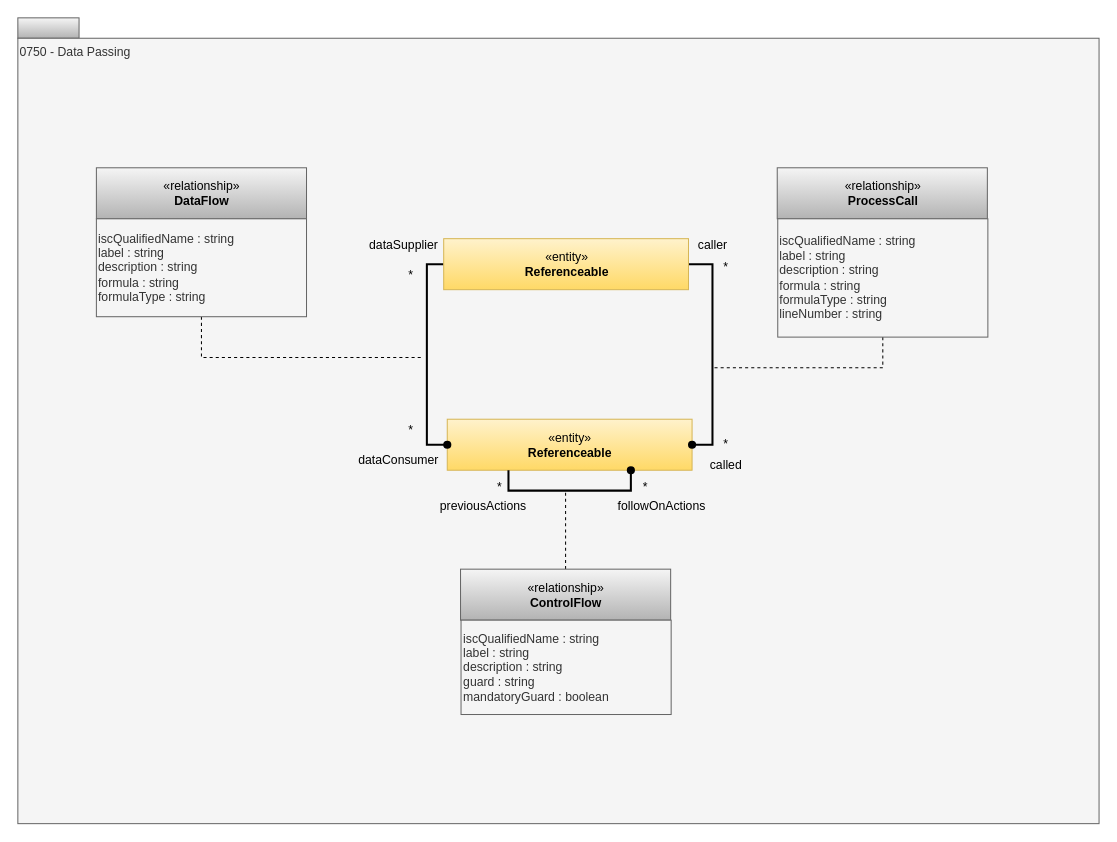
Earlier version of the draw.io diagram page "0750-Data-Passing" (13 of 19) of site/docs/types/7/area-7-lineage.drawio (odpi/egeria-docs). Source tidied: cells renumbered, new cells numbered last; positions are measured from the earlier drawing's top-left corner, leaving out a move shared by most shapes. Both pictures are drawn from the tidied source at 102%, with x=0, y=0 at pixel (17, 17).
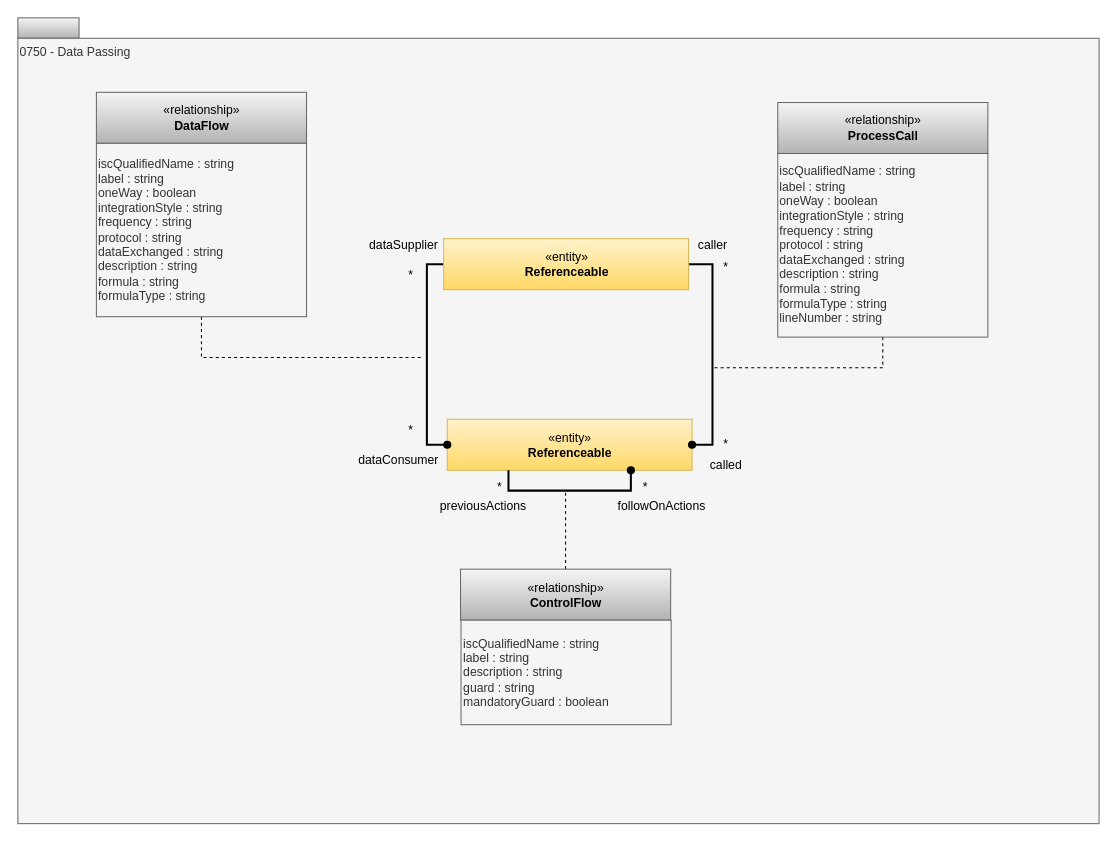
The same diagram, later.

The edit, as a diff of the source:
```diff
@@
     <mxCell id="5" value="«relationship»&lt;br&gt;&lt;b&gt;DataFlow&lt;/b&gt;" style="html=1;strokeColor=#666666;align=center;fillColor=#f5f5f5;gradientColor=#b3b3b3;" parent="1" vertex="1">
-      <mxGeometry x="77" y="147" width="206" height="50" as="geometry" />
+      <mxGeometry x="77" y="73" width="206" height="50" as="geometry" />
     </mxCell>
-    <mxCell id="6" value="iscQualifiedName : string&lt;div&gt;label : string&lt;br&gt;description : string&lt;br&gt;formula : string&lt;br&gt;formulaType : string&lt;/div&gt;" style="rounded=0;whiteSpace=wrap;html=1;strokeColor=#666666;align=left;fillColor=#f5f5f5;fontColor=#333333;" parent="1" vertex="1">
-      <mxGeometry x="77" y="197" width="206" height="96" as="geometry" />
+    <mxCell id="6" value="iscQualifiedName : string&lt;div&gt;label : string&lt;/div&gt;&lt;div&gt;&lt;div&gt;oneWay : boolean&lt;/div&gt;&lt;div&gt;integrationStyle : string&lt;/div&gt;&lt;div&gt;frequency : string&lt;/div&gt;&lt;div&gt;protocol : string&lt;/div&gt;&lt;div&gt;dataExchanged : string&lt;/div&gt;description : string&lt;/div&gt;&lt;div&gt;formula : string&lt;br&gt;formulaType : string&lt;/div&gt;" style="rounded=0;whiteSpace=wrap;html=1;strokeColor=#666666;align=left;fillColor=#f5f5f5;fontColor=#333333;" parent="1" vertex="1">
+      <mxGeometry x="77" y="123" width="206" height="170" as="geometry" />
     </mxCell>
@@
-    <mxCell id="15" value="iscQualifiedName : string&lt;div&gt;label : string&lt;br&gt;description : string&lt;br&gt;guard : string&lt;/div&gt;&lt;div&gt;mandatoryGuard : boolean&lt;/div&gt;" style="rounded=0;whiteSpace=wrap;html=1;strokeColor=#666666;align=left;fillColor=#f5f5f5;fontColor=#333333;" parent="1" vertex="1">
-      <mxGeometry x="434.5" y="590.5" width="206" height="92.5" as="geometry" />
+    <mxCell id="15" value="iscQualifiedName : string&lt;div&gt;label : string&lt;/div&gt;&lt;div&gt;description : string&lt;br&gt;guard : string&lt;/div&gt;&lt;div&gt;mandatoryGuard : boolean&lt;/div&gt;" style="rounded=0;whiteSpace=wrap;html=1;strokeColor=#666666;align=left;fillColor=#f5f5f5;fontColor=#333333;" parent="1" vertex="1">
+      <mxGeometry x="434.5" y="590.5" width="206" height="102.5" as="geometry" />
     </mxCell>
@@
     <mxCell id="24" value="«relationship»&lt;br&gt;&lt;b&gt;ProcessCall&lt;/b&gt;" style="html=1;strokeColor=#666666;align=center;fillColor=#f5f5f5;gradientColor=#b3b3b3;" parent="1" vertex="1">
-      <mxGeometry x="744.5" y="147" width="206" height="50" as="geometry" />
+      <mxGeometry x="745" y="83" width="206" height="50" as="geometry" />
     </mxCell>
-    <mxCell id="25" value="iscQualifiedName : string&lt;div&gt;label : string&lt;br&gt;description : string&lt;br&gt;formula : string&lt;br&gt;formulaType : string&lt;br&gt;lineNumber : string&lt;/div&gt;" style="rounded=0;whiteSpace=wrap;html=1;strokeColor=#666666;align=left;fillColor=#f5f5f5;fontColor=#333333;" parent="1" vertex="1">
-      <mxGeometry x="745" y="197" width="206" height="116" as="geometry" />
+    <mxCell id="25" value="iscQualifiedName : string&lt;div&gt;label : string&lt;/div&gt;&lt;div&gt;&lt;div&gt;oneWay : boolean&lt;/div&gt;&lt;div&gt;integrationStyle : string&lt;/div&gt;&lt;div&gt;frequency : string&lt;/div&gt;&lt;div&gt;protocol : string&lt;/div&gt;&lt;div&gt;dataExchanged : string&lt;/div&gt;description : string&lt;/div&gt;&lt;div&gt;formula : string&lt;br&gt;formulaType : string&lt;br&gt;lineNumber : string&lt;/div&gt;" style="rounded=0;whiteSpace=wrap;html=1;strokeColor=#666666;align=left;fillColor=#f5f5f5;fontColor=#333333;" parent="1" vertex="1">
+      <mxGeometry x="745" y="133" width="206" height="180" as="geometry" />
     </mxCell>
```
